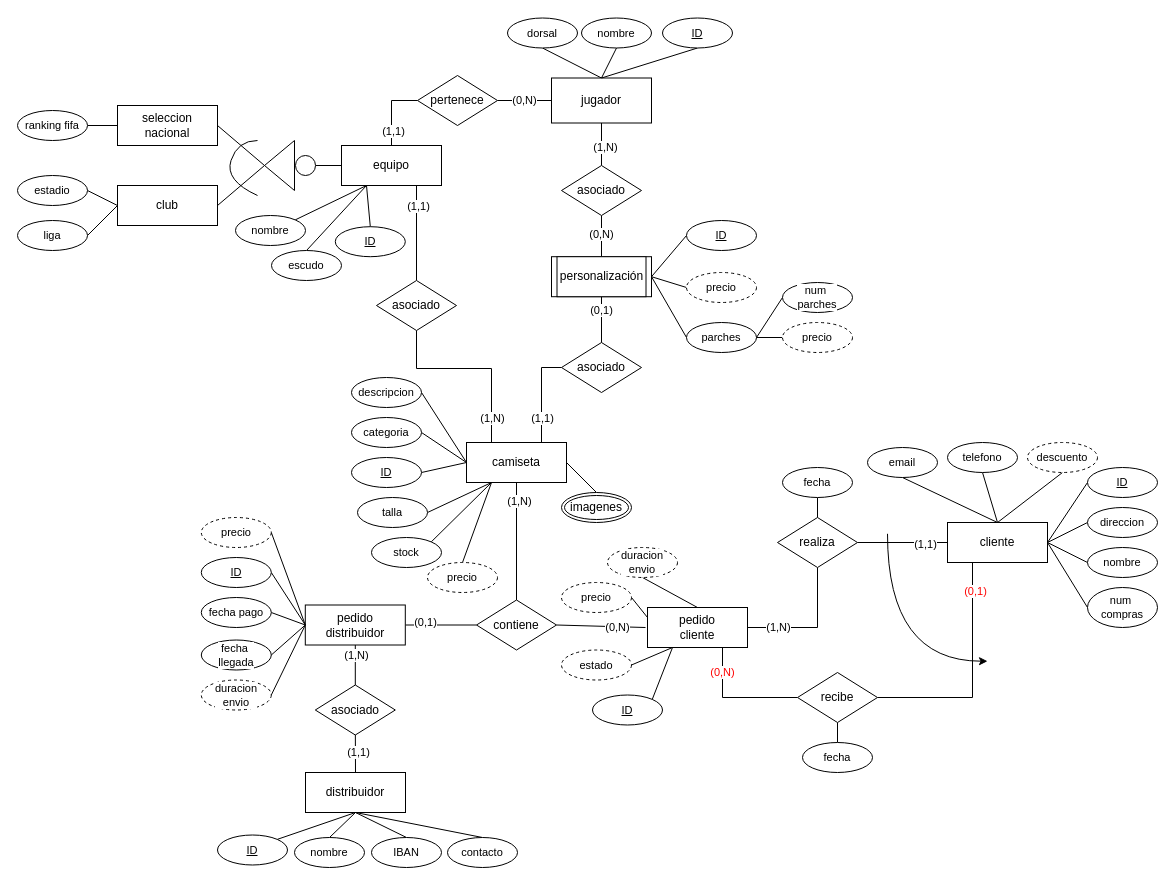
The draw.io diagram pedidos_camisetas.drawio in Robertpm01/ADBD, before the edit. Source tidied: cells renumbered, new cells numbered last; positions are measured from the earlier drawing's top-left corner, leaving out a move shared by most shapes. Both pictures are drawn from the tidied source at 100%, with x=0, y=0 at pixel (17, 18).
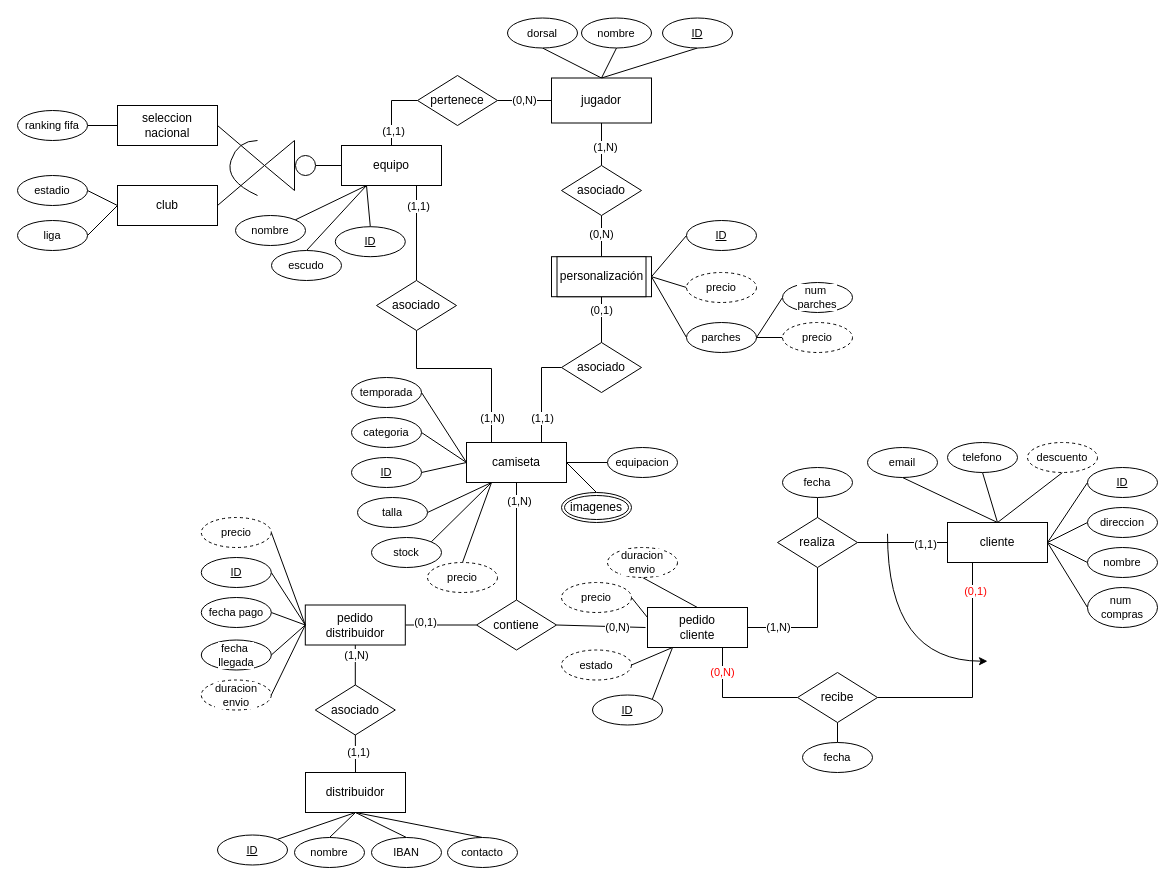
The same diagram, later.

The change refers to these unchanged cells:
```xml
<mxCell id="6" value="camiseta" style="whiteSpace=wrap;html=1;align=center;" parent="1" vertex="1">
  <mxGeometry x="449" y="424" width="100" height="40" as="geometry" />
</mxCell>
```

The edit, as a diff of the source:
```diff
@@
-    <mxCell id="70" value="descripcion" style="ellipse;whiteSpace=wrap;html=1;align=center;fontFamily=Helvetica;fontSize=11;fontColor=default;labelBackgroundColor=default;" parent="1" vertex="1">
+    <mxCell id="70" value="temporada" style="ellipse;whiteSpace=wrap;html=1;align=center;fontFamily=Helvetica;fontSize=11;fontColor=default;labelBackgroundColor=default;" parent="1" vertex="1">
       <mxGeometry x="334" y="359" width="70" height="30" as="geometry" />
     </mxCell>
@@
+    <mxCell id="145" style="rounded=0;jettySize=auto;html=1;exitX=0;exitY=0.5;exitDx=0;exitDy=0;entryX=1;entryY=0.5;entryDx=0;entryDy=0;endArrow=none;endFill=0;" parent="1" edge="1" source="146" target="6">
+      <mxGeometry relative="1" as="geometry" />
+    </mxCell>
+    <mxCell id="146" value="equipacion" style="ellipse;whiteSpace=wrap;html=1;align=center;fontFamily=Helvetica;fontSize=11;fontColor=default;labelBackgroundColor=default;" parent="1" vertex="1">
+      <mxGeometry x="590" y="429" width="70" height="30" as="geometry" />
+    </mxCell>
```
